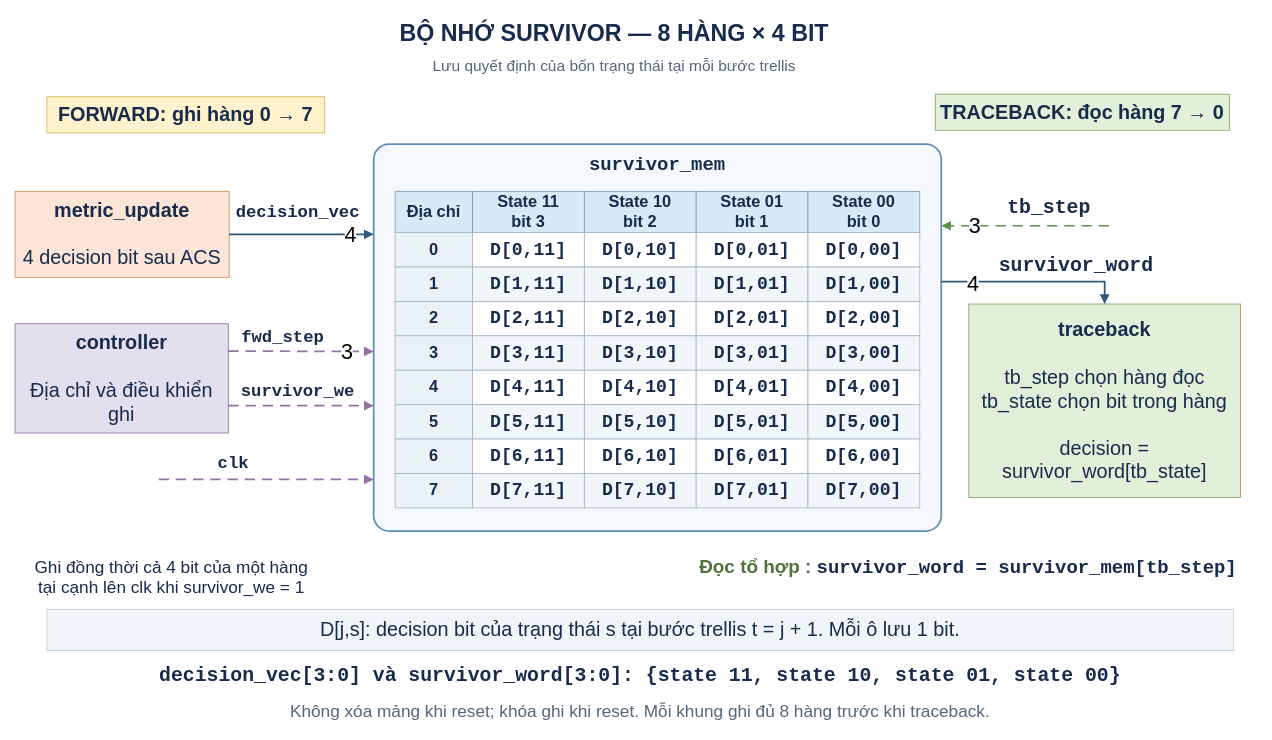
Above: page "survivor_mem_table" (10 of 18) of docs/Viterbi_decoder.drawio in nvh1811/viterbi_decoder (draw.io), before the change. Source tidied: cells renumbered, new cells numbered last; positions are measured from the earlier drawing's top-left corner, leaving out a move shared by most shapes. Both pictures are drawn from the tidied source at 86%, with x=0, y=0 at pixel (15, 15).
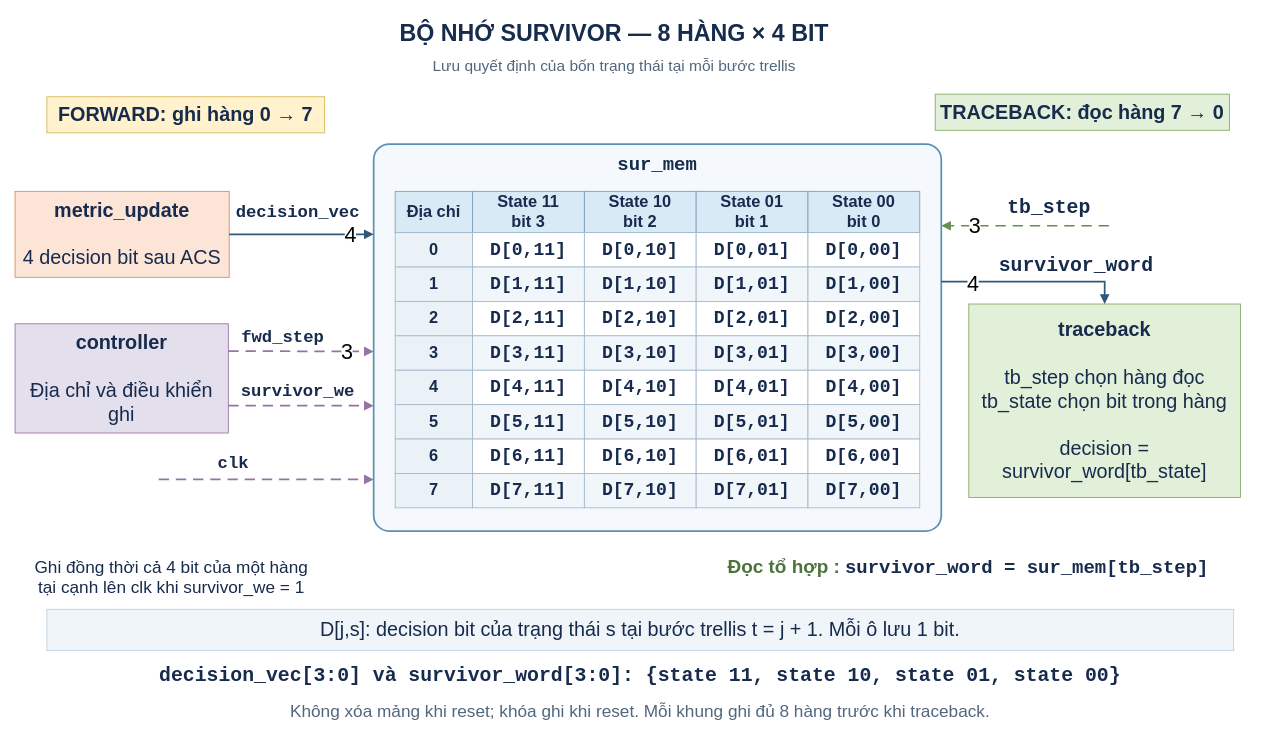
Above is the later version.

Diff of the diagram source:
```diff
@@
-    <mxCell id="7" value="survivor_mem" style="whiteSpace=wrap;html=1;rounded=0;strokeColor=#64748B;fillColor=#FFFFFF;fontFamily=Arial;fontSize=17;fontColor=#172B4D;strokeColor=none;fillColor=none;fontFamily=Courier New;fontStyle=1;fontSize=22;" parent="1" vertex="1">
+    <mxCell id="7" value="sur_mem" style="whiteSpace=wrap;html=1;rounded=0;strokeColor=#64748B;fillColor=#FFFFFF;fontFamily=Arial;fontSize=17;fontColor=#172B4D;strokeColor=none;fillColor=none;fontFamily=Courier New;fontStyle=1;fontSize=22;" parent="1" vertex="1">
       <mxGeometry x="437" y="160" width="620" height="32" as="geometry" />
     </mxCell>
@@
-    <mxCell id="73" value="&lt;font style=&quot;font-size: 22px;&quot;&gt;&lt;span style=&quot;color: rgb(76, 116, 59); font-family: Arial;&quot;&gt;Đọc tổ hợp :&amp;nbsp;&lt;/span&gt;survivor_word = survivor_mem[tb_step]&lt;/font&gt;" style="whiteSpace=wrap;html=1;rounded=0;strokeColor=#64748B;fillColor=#FFFFFF;fontFamily=Arial;fontSize=17;fontColor=#172B4D;strokeColor=none;fillColor=none;fontFamily=Courier New;fontStyle=1;fontSize=16;" parent="1" vertex="1">
+    <mxCell id="73" value="&lt;font style=&quot;font-size: 22px;&quot;&gt;&lt;span style=&quot;color: rgb(76, 116, 59); font-family: Arial;&quot;&gt;Đọc tổ hợp :&amp;nbsp;&lt;/span&gt;survivor_word = sur_mem[tb_step]&lt;/font&gt;" style="whiteSpace=wrap;html=1;rounded=0;strokeColor=#64748B;fillColor=#FFFFFF;fontFamily=Arial;fontSize=17;fontColor=#172B4D;strokeColor=none;fillColor=none;fontFamily=Courier New;fontStyle=1;fontSize=16;" parent="1" vertex="1">
       <mxGeometry x="773" y="618" width="671" height="50" as="geometry" />
     </mxCell>
```
